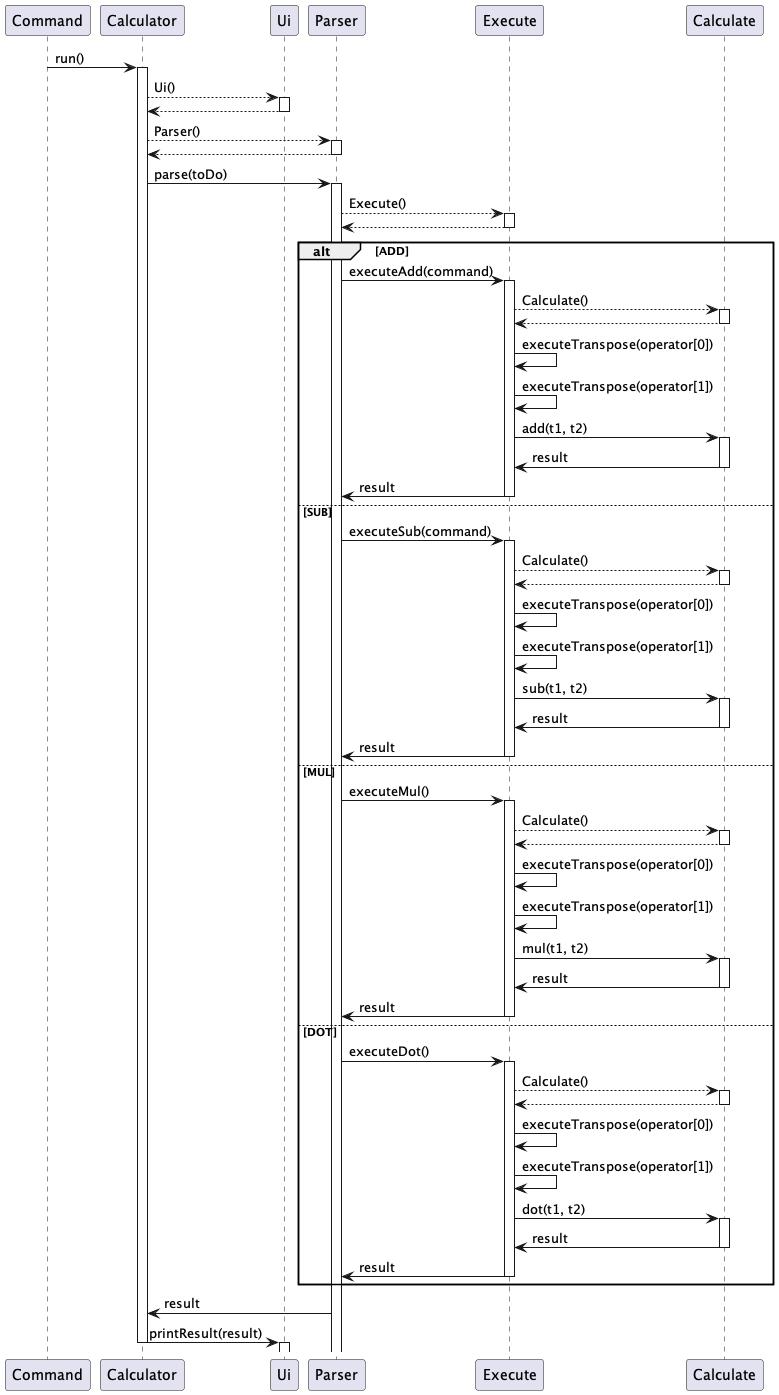
The PlantUML diagram docs/SequenceDiagrams/MatrixDG.png in nus-cs2113-AY2223S2/tp, before a commit.
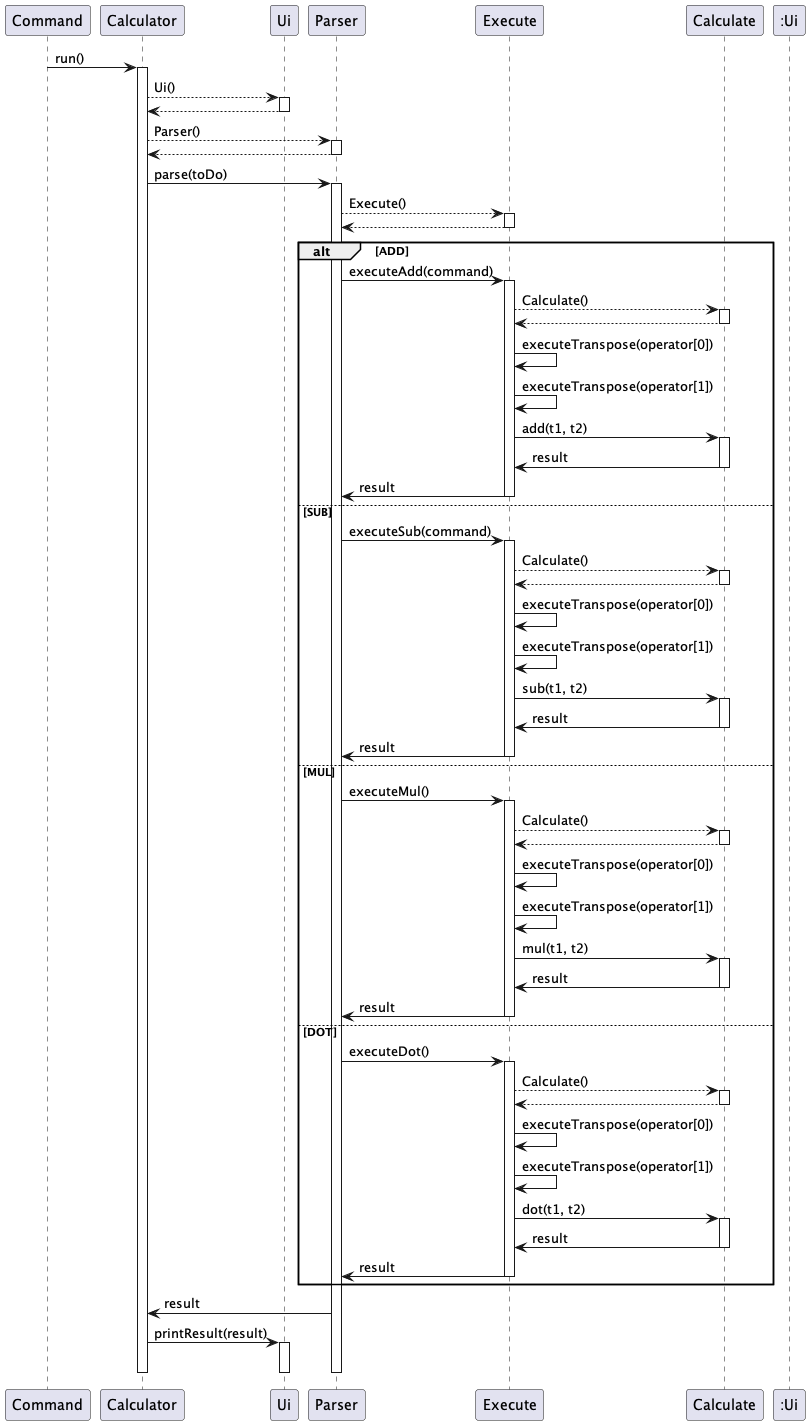
Later version of the same file.

Commit message:
Refine Seungjun's PPP

The edit, as a diff of the source:
```diff
@@ -101,10 +101,17 @@
 
 Parser -> Calculator : result
 
+
 Calculator -> Ui : printResult(result)
-deactivate Calculator
-
 activate Ui
 deactivate Ui
 
+deactivate Calculator
+
+deactivate Calculate
+deactivate Parser
+deactivate Execute
+deactivate Calculator
+deactivate ":Ui"
+
 @enduml
```
